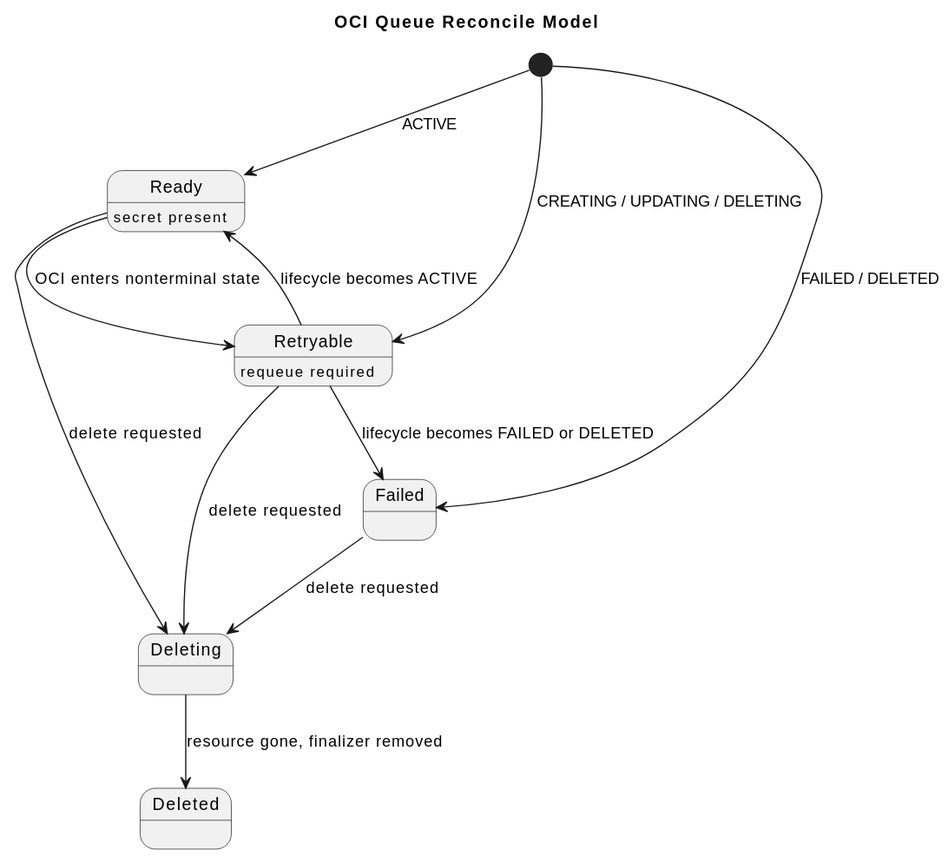
Above: formal/controllers/oci-queue/diagrams/state-machine.svg in donoftime/oci-service-operator (PlantUML), before the change.
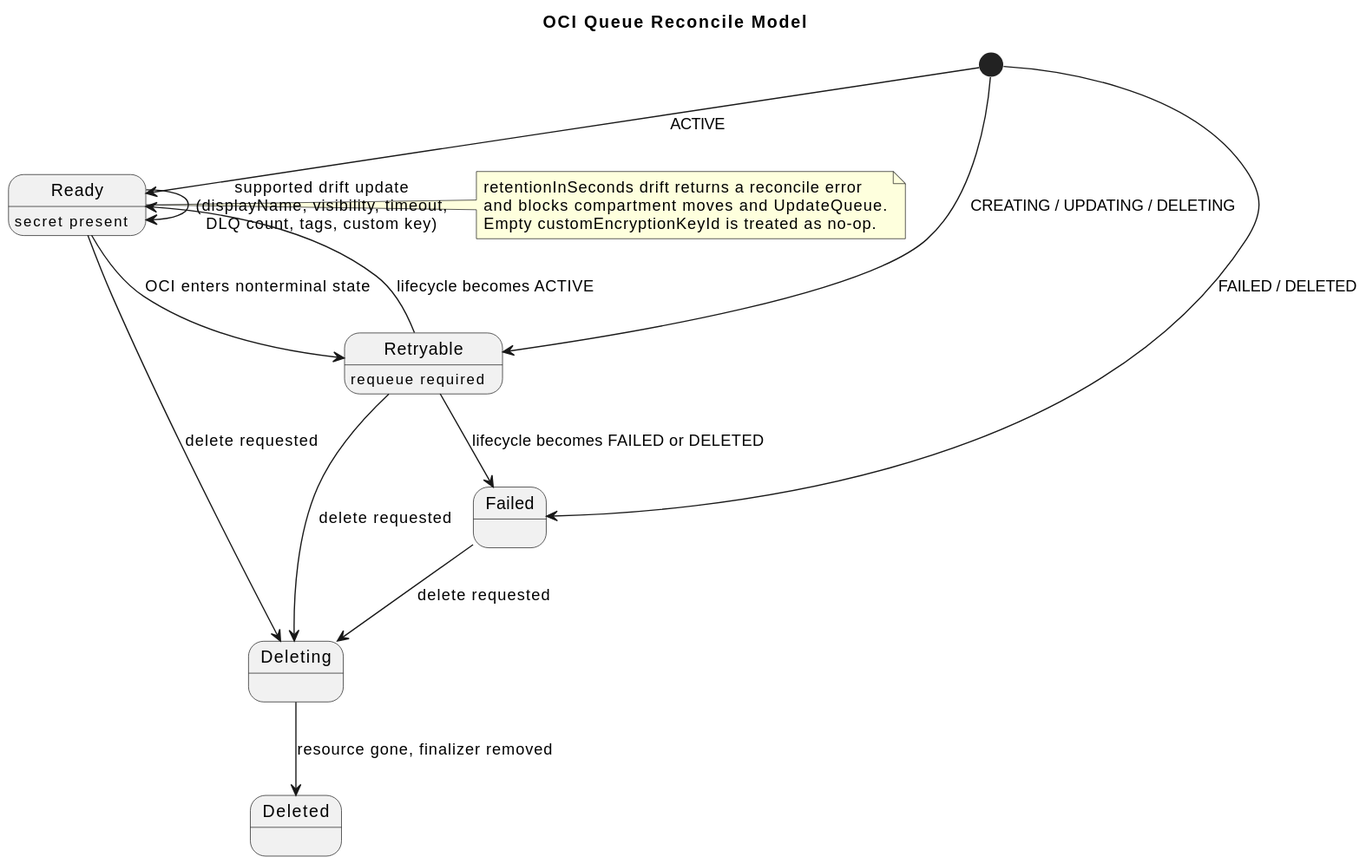
After the commit.

Change to the diagram source:
```diff
@@ -8,6 +8,7 @@
 Ready : secret present
 Retryable : requeue required
 
+Ready --> Ready : supported drift update\n(displayName, visibility, timeout,\nDLQ count, tags, custom key)
 Ready --> Retryable : OCI enters nonterminal state
 Retryable --> Ready : lifecycle becomes ACTIVE
 Retryable --> Failed : lifecycle becomes FAILED or DELETED
@@ -15,4 +16,10 @@
 Retryable --> Deleting : delete requested
 Failed --> Deleting : delete requested
 Deleting --> Deleted : resource gone, finalizer removed
+
+note right of Ready
+  retentionInSeconds drift returns a reconcile error
+  and blocks compartment moves and UpdateQueue.
+  Empty customEncryptionKeyId is treated as no-op.
+end note
 @enduml
```
